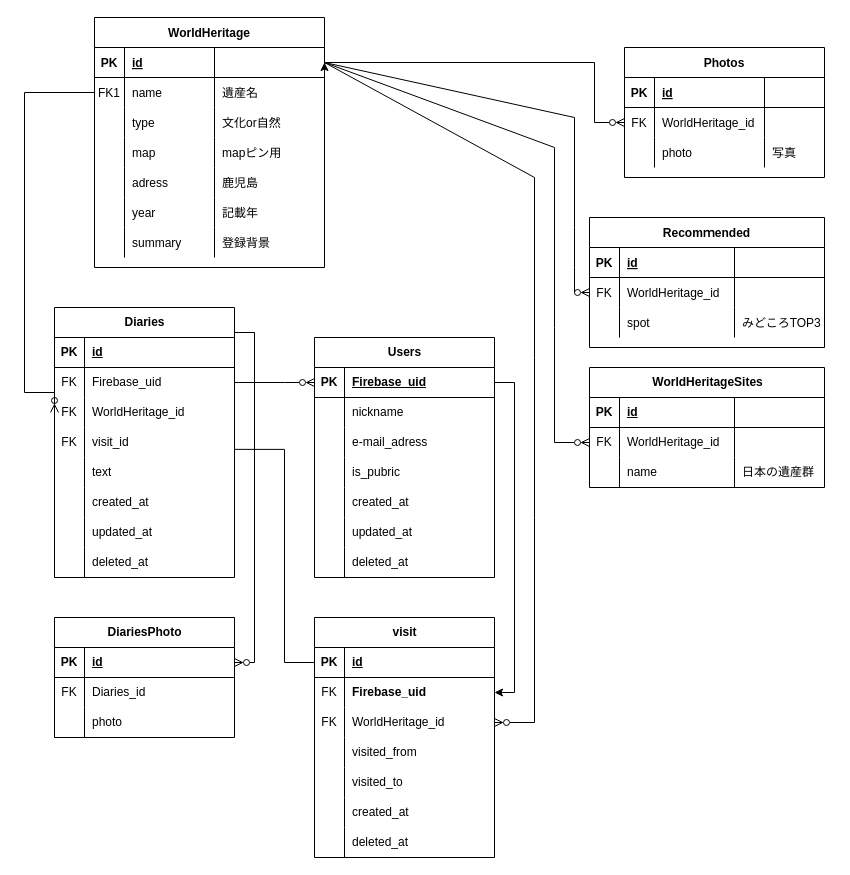
This is docs/architecture.drawio from toyama-e/japan-heritage-guide, a draw.io file, before an edit. Source tidied: cells renumbered, new cells numbered last; positions are measured from the earlier drawing's top-left corner, leaving out a move shared by most shapes. Both pictures are drawn from the tidied source at 100%, with x=0, y=0 at pixel (24, 17).
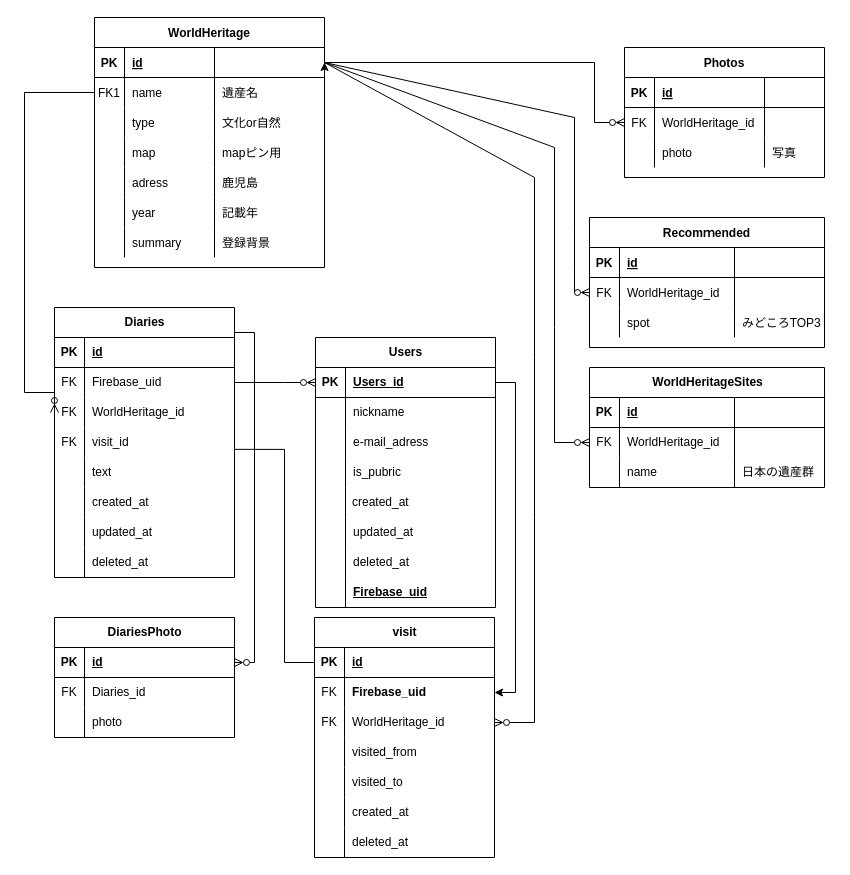
The same page after the edit.

Unchanged cells that the change refers to:
```xml
<mxCell id="48" style="shape=tableRow;horizontal=0;startSize=0;swimlaneHead=0;swimlaneBody=0;fillColor=none;points=[[0,0.5],[1,0.5]];portConstraint=eastwest;top=0;left=0;right=0;bottom=1;" parent="47" vertex="1">
  <mxGeometry y="30" width="180" height="30" as="geometry" />
</mxCell>
```

Diff of the diagram source:
```diff
@@
     <mxCell id="47" value="Users" style="shape=table;startSize=30;childLayout=tableLayout;rowLines=0;fontStyle=1;align=center;html=1;" parent="1" vertex="1">
-      <mxGeometry x="290" y="320" width="180" height="240" as="geometry" />
+      <mxGeometry x="291" y="320" width="180" height="270" as="geometry" />
     </mxCell>
@@
-    <mxCell id="50" value="Firebase_uid" style="shape=partialRectangle;fillColor=none;top=0;left=0;bottom=0;right=0;align=left;spacingLeft=6;fontStyle=5;overflow=hidden;whiteSpace=wrap;html=1;" parent="48" vertex="1">
+    <mxCell id="50" value="Users_id" style="shape=partialRectangle;fillColor=none;top=0;left=0;bottom=0;right=0;align=left;spacingLeft=6;fontStyle=5;overflow=hidden;whiteSpace=wrap;html=1;" parent="48" vertex="1">
       <mxGeometry x="30" width="150" height="30" as="geometry" />
     </mxCell>
@@
+    <mxCell id="163" style="shape=tableRow;horizontal=0;startSize=0;swimlaneHead=0;swimlaneBody=0;fillColor=none;top=0;left=0;right=0;bottom=0;" parent="47" vertex="1">
+      <mxGeometry y="240" width="180" height="30" as="geometry" />
+    </mxCell>
+    <mxCell id="164" style="shape=partialRectangle;fillColor=none;top=0;left=0;bottom=0;right=0;overflow=hidden;whiteSpace=wrap;html=1;" parent="163" vertex="1">
+      <mxGeometry width="30" height="30" as="geometry" />
+    </mxCell>
+    <mxCell id="165" value="&lt;span style=&quot;color: rgb(0, 0, 0); font-weight: 700; text-decoration-line: underline;&quot;&gt;Firebase_uid&lt;/span&gt;" style="shape=partialRectangle;fillColor=none;top=0;left=0;bottom=0;right=0;align=left;spacingLeft=6;overflow=hidden;whiteSpace=wrap;html=1;" parent="163" vertex="1">
+      <mxGeometry x="30" width="150" height="30" as="geometry" />
+    </mxCell>
```
